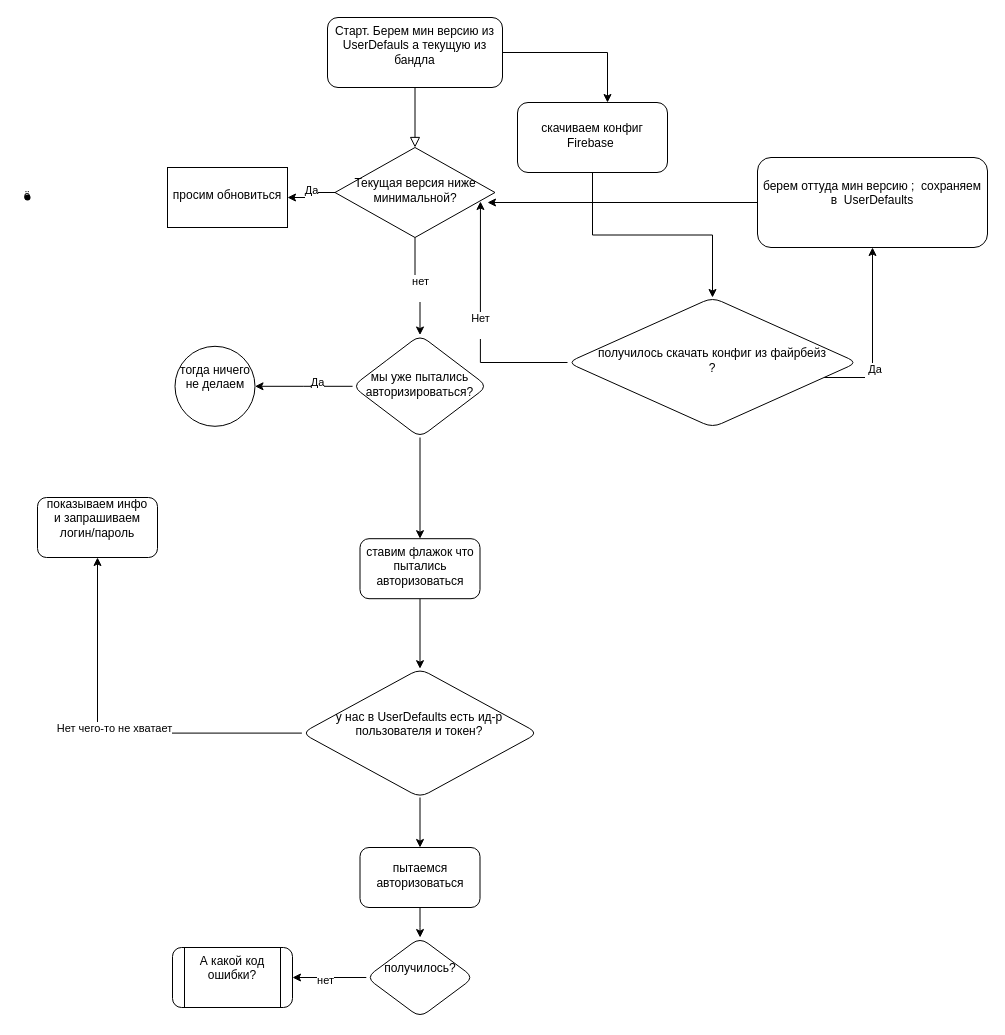
This is page "Page-1" (1 of 2) of Диаграмма без названия.drawio from Izulle/Draw, a draw.io file, before an edit. Source tidied: cells renumbered, new cells numbered last; positions are measured from the earlier drawing's top-left corner, leaving out a move shared by most shapes. Both pictures are drawn from the tidied source at 100%, with x=0, y=0 at pixel (17, 17).
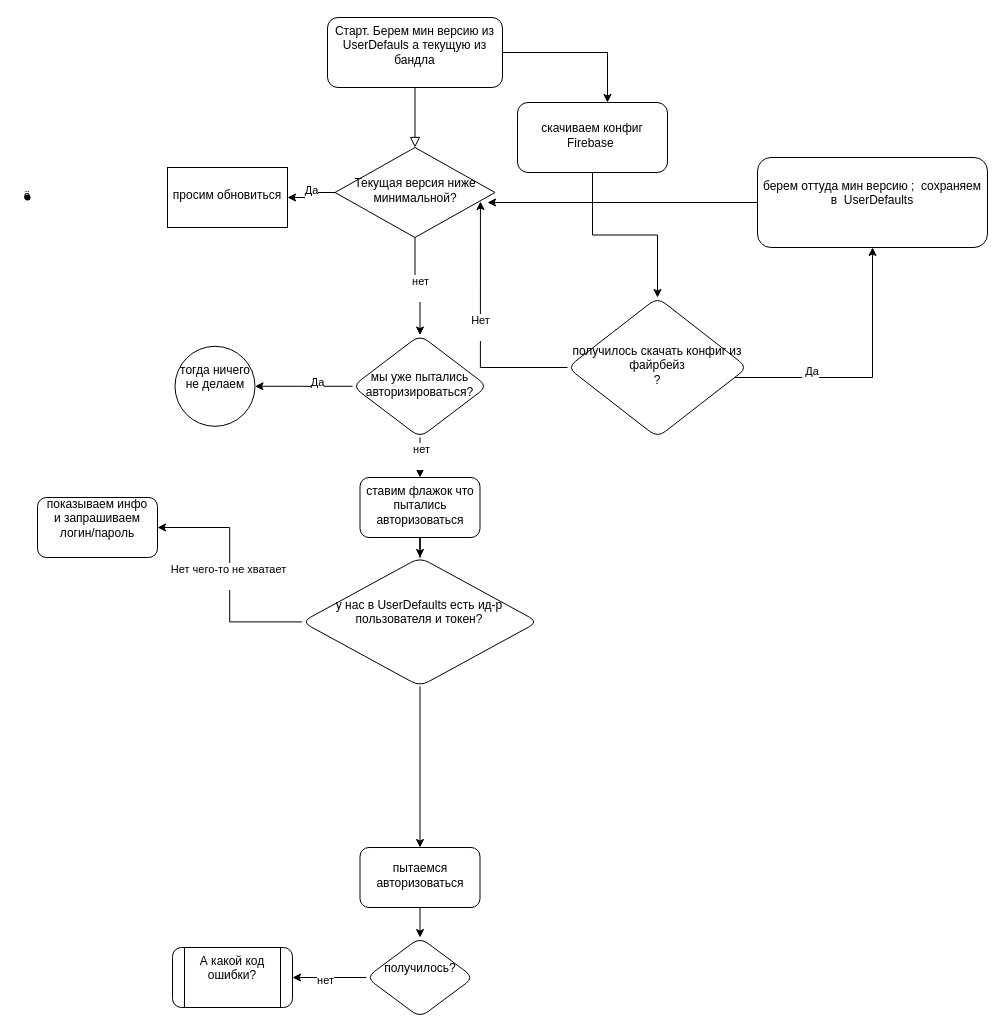
The same diagram, later.

Unchanged cells that the change refers to:
```xml
<mxCell id="22" style="edgeStyle=orthogonalEdgeStyle;rounded=0;jettySize=auto;html=1;" parent="1" edge="1" source="23" target="26">
  <mxGeometry relative="1" as="geometry" />
</mxCell>
```

What changed in the source:
```diff
@@
     <mxCell id="17" value="&lt;div&gt;получилось скачать конфиг из файрбейз&lt;/div&gt;&lt;div&gt;?&lt;/div&gt;" style="rhombus;whiteSpace=wrap;html=1;rounded=1;shadow=0;strokeWidth=1;spacing=6;spacingTop=-4;" parent="1" vertex="1">
-      <mxGeometry x="550" y="280" width="290" height="130" as="geometry" />
+      <mxGeometry x="550" y="280" width="180" height="140" as="geometry" />
     </mxCell>
@@
+    <mxCell id="38" value="&lt;div&gt;нет&lt;/div&gt;&lt;div&gt;&lt;br&gt;&lt;/div&gt;" style="edgeLabel;html=1;align=center;verticalAlign=middle;" parent="22" vertex="1">
+      <mxGeometry x="-0.09" y="1" relative="1" as="geometry" />
+    </mxCell>
@@
     <mxCell id="26" value="ставим флажок что пытались авторизоваться" style="rounded=1;whiteSpace=wrap;html=1;shadow=0;strokeWidth=1;spacing=6;spacingTop=-4;" parent="1" vertex="1">
-      <mxGeometry x="342.5" y="521.2" width="120" height="60" as="geometry" />
+      <mxGeometry x="342.5" y="460" width="120" height="60" as="geometry" />
     </mxCell>
@@
     <mxCell id="30" value="&lt;div&gt;у нас в UserDefaults есть ид-р пользователя и токен?&lt;/div&gt;&lt;div&gt;&lt;br&gt;&lt;/div&gt;" style="rhombus;whiteSpace=wrap;html=1;rounded=1;shadow=0;strokeWidth=1;spacing=6;spacingTop=-4;" parent="1" vertex="1">
-      <mxGeometry x="284.4" y="651.2" width="236.2" height="128.8" as="geometry" />
+      <mxGeometry x="284.4" y="540" width="236.2" height="128.8" as="geometry" />
     </mxCell>
```
